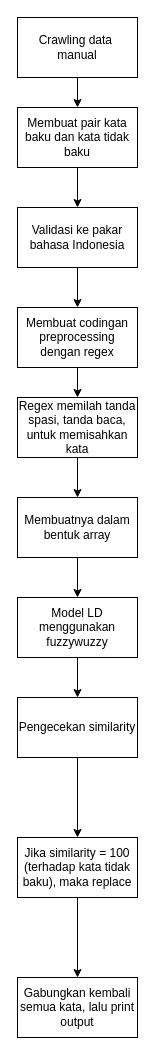
This is Untitled Diagram.drawio from jezreelkosasih/diagram, a draw.io file, before an edit. Source tidied: cells renumbered, new cells numbered last; positions are measured from the earlier drawing's top-left corner, leaving out a move shared by most shapes. Both pictures are drawn from the tidied source at 100%, with x=0, y=0 at pixel (17, 17).
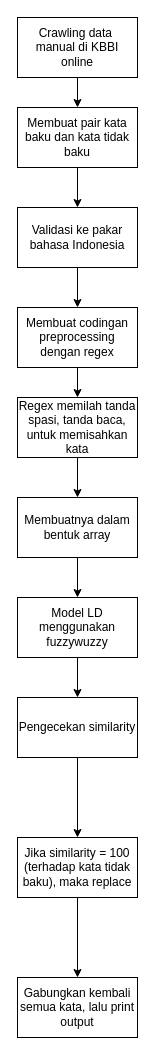
Above is the later version.

The edit, as a diff of the source:
```diff
@@
-    <mxCell id="3" value="Crawling data&amp;nbsp;&lt;div&gt;manual&lt;/div&gt;" style="rounded=0;whiteSpace=wrap;html=1;" parent="1" vertex="1">
+    <mxCell id="3" value="Crawling data&amp;nbsp;&lt;div&gt;manual di KBBI online&lt;/div&gt;" style="rounded=0;whiteSpace=wrap;html=1;" parent="1" vertex="1">
       <mxGeometry width="120" height="60" as="geometry" />
     </mxCell>
```
